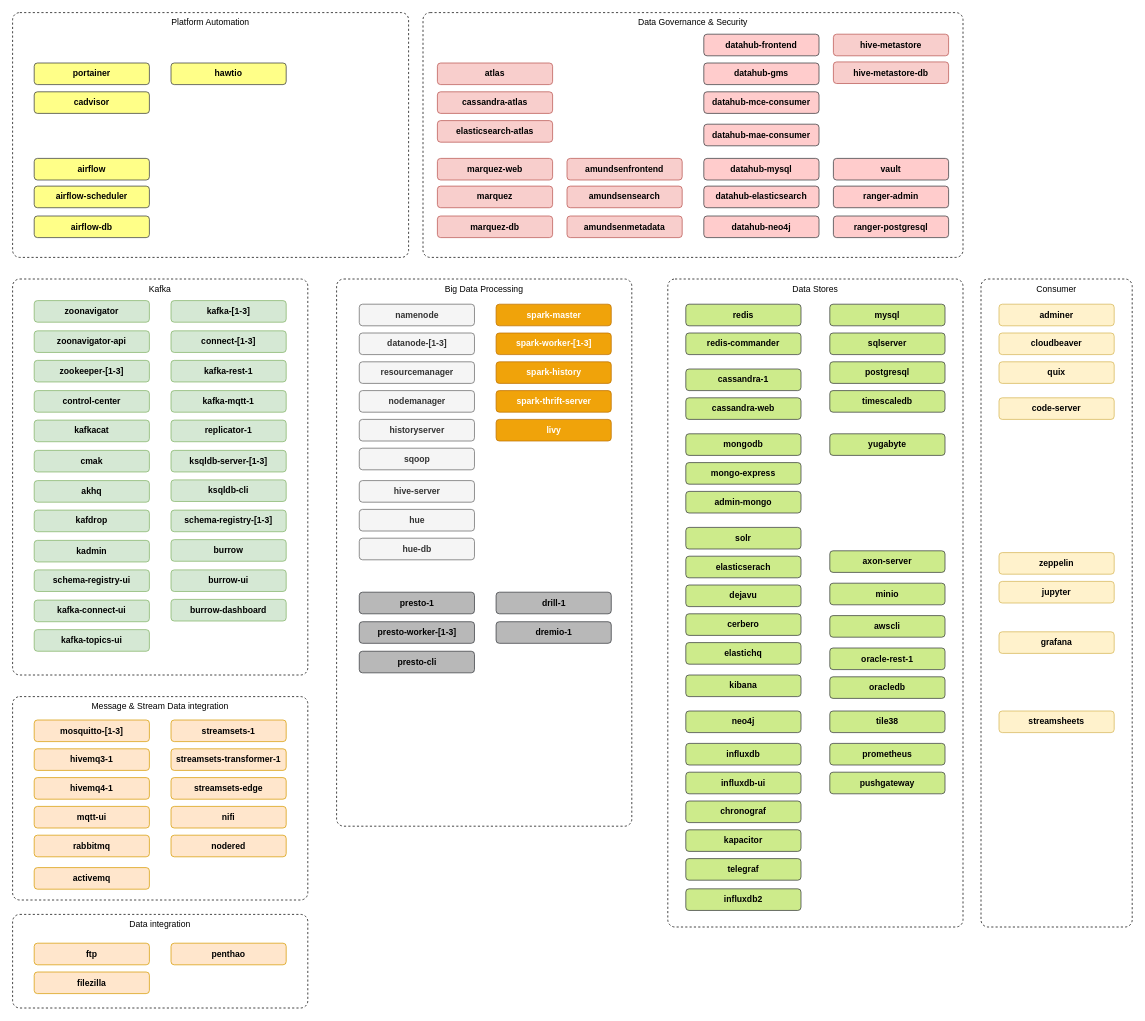
TrivadisPF/platys-modern-data-platform keeps this draw.io diagram as page "Services" (1 of 4) of documentation/drawio/modern-data-platform.drawio. Above is the earlier version. Source tidied: cells renumbered, new cells numbered last; positions are measured from the earlier drawing's top-left corner, leaving out a move shared by most shapes. Both pictures are drawn from the tidied source at 72%, with x=0, y=0 at pixel (12, 12).
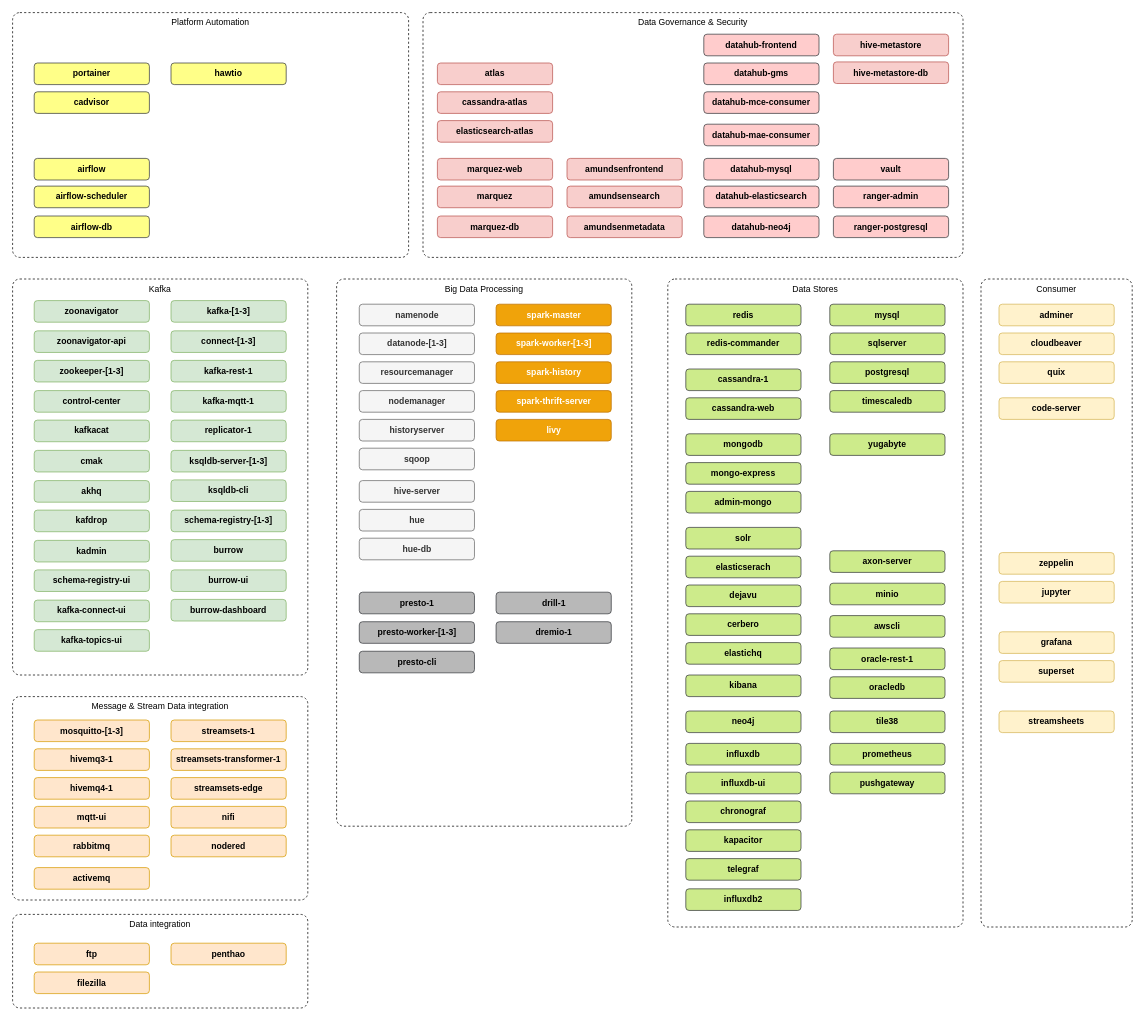
Above is the later version.

Commit message (it also covers changes not shown here):
add superset (bug fix)

The edit, as a diff of the source:
```diff
@@
+    <mxCell id="135" value="&lt;span&gt;superset&lt;/span&gt;" style="rounded=1;whiteSpace=wrap;html=1;fillColor=#fff2cc;strokeColor=#d6b656;fontStyle=1;" parent="1" vertex="1">
+      <mxGeometry x="1370" y="900" width="160" height="30" as="geometry" />
+    </mxCell>
```
